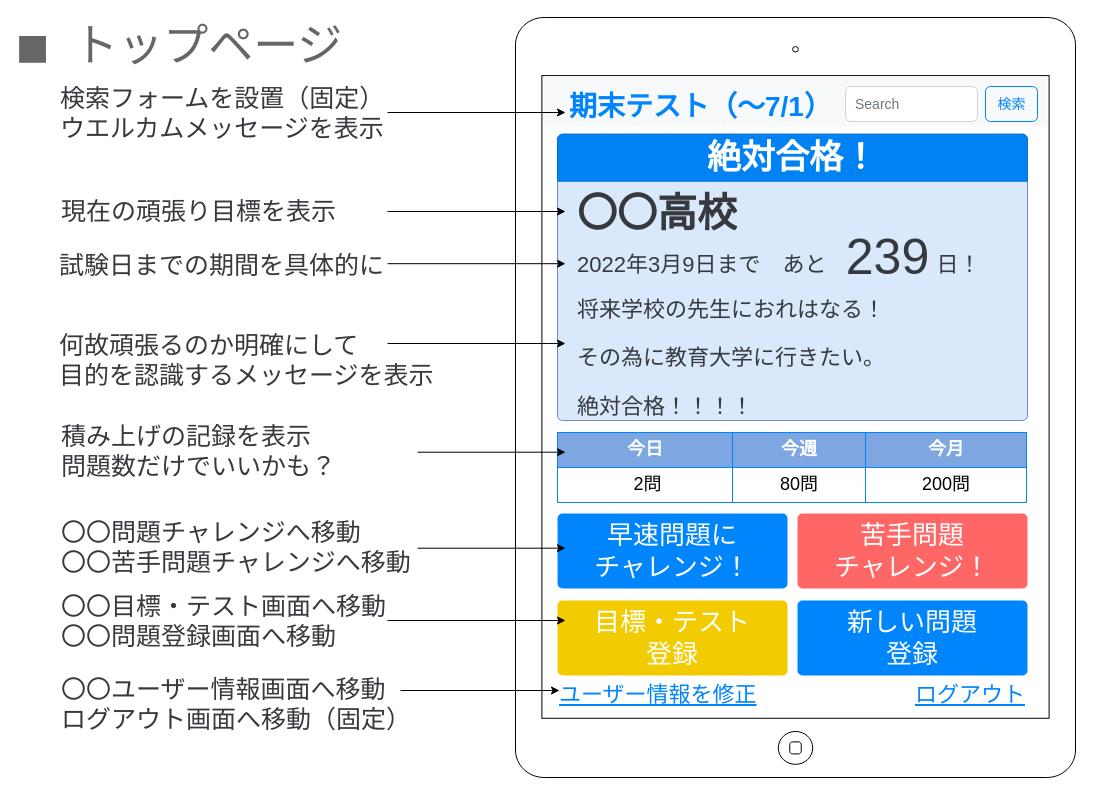
The draw.io diagram page "会員トップページ" (2 of 8) of 画面設計_苦手問題克服.drawio in mitsuewatanabe/practice, before the edit. Source tidied: cells renumbered, new cells numbered last; positions are measured from the earlier drawing's top-left corner, leaving out a move shared by most shapes. Both pictures are drawn from the tidied source at 100%, with x=0, y=0 at pixel (17, 17).
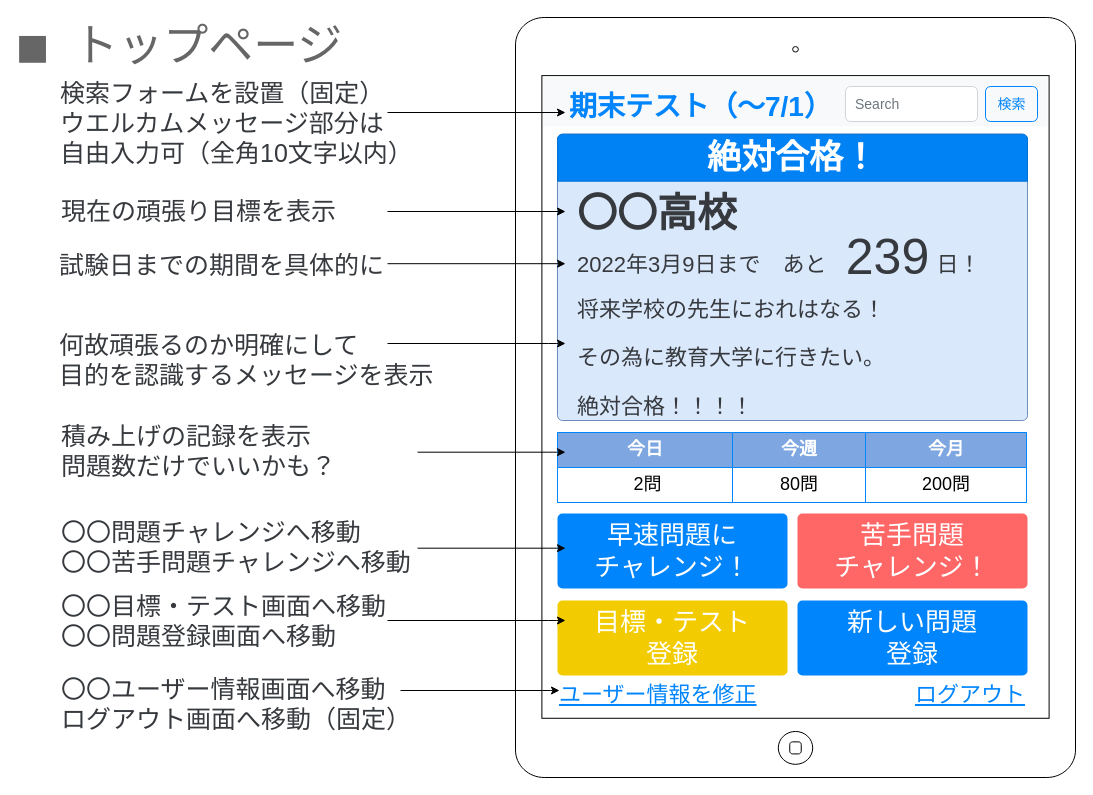
After the change.

Commit message:
画面設計_苦手問題克服.drawio を更新します

The edit, as a diff of the source:
```diff
@@
-    <mxCell id="33" value="検索フォームを設置（固定）&lt;br&gt;ウエルカムメッセージを表示" style="text;html=1;strokeColor=none;fillColor=none;align=left;verticalAlign=middle;whiteSpace=wrap;rounded=0;fontSize=25;fontColor=#36393D;" parent="1" vertex="1">
-      <mxGeometry x="41" y="85" width="337" height="20" as="geometry" />
+    <mxCell id="33" value="検索フォームを設置（固定）&lt;br&gt;ウエルカムメッセージ部分は&lt;br&gt;自由入力可（全角10文字以内）" style="text;html=1;strokeColor=none;fillColor=none;align=left;verticalAlign=middle;whiteSpace=wrap;rounded=0;fontSize=25;fontColor=#36393D;" parent="1" vertex="1">
+      <mxGeometry x="41" y="95" width="357" height="20" as="geometry" />
     </mxCell>
```
